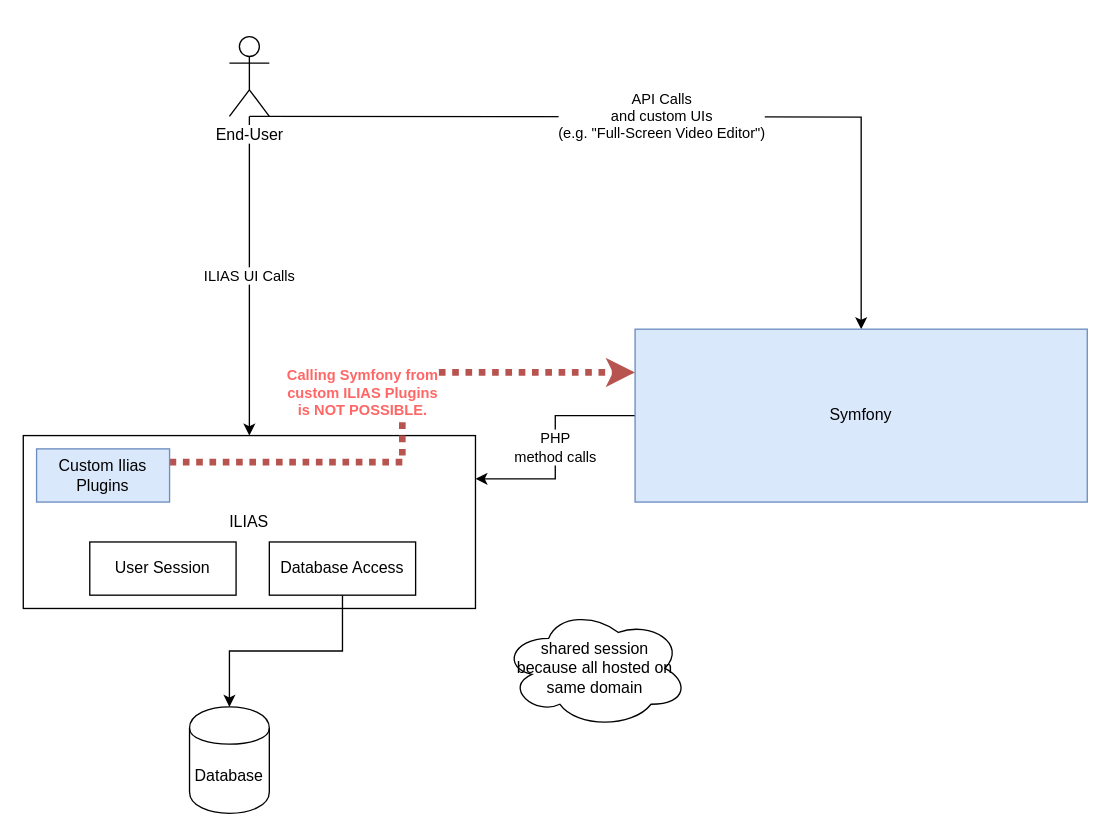
Before: documentation/rfcs/02_architecture.drawio in sandstorm/degree50-code, a draw.io diagram. Source tidied: cells renumbered, new cells numbered last; positions are measured from the earlier drawing's top-left corner, leaving out a move shared by most shapes. Both pictures are drawn from the tidied source at 133%, with x=0, y=0 at pixel (23, 36).
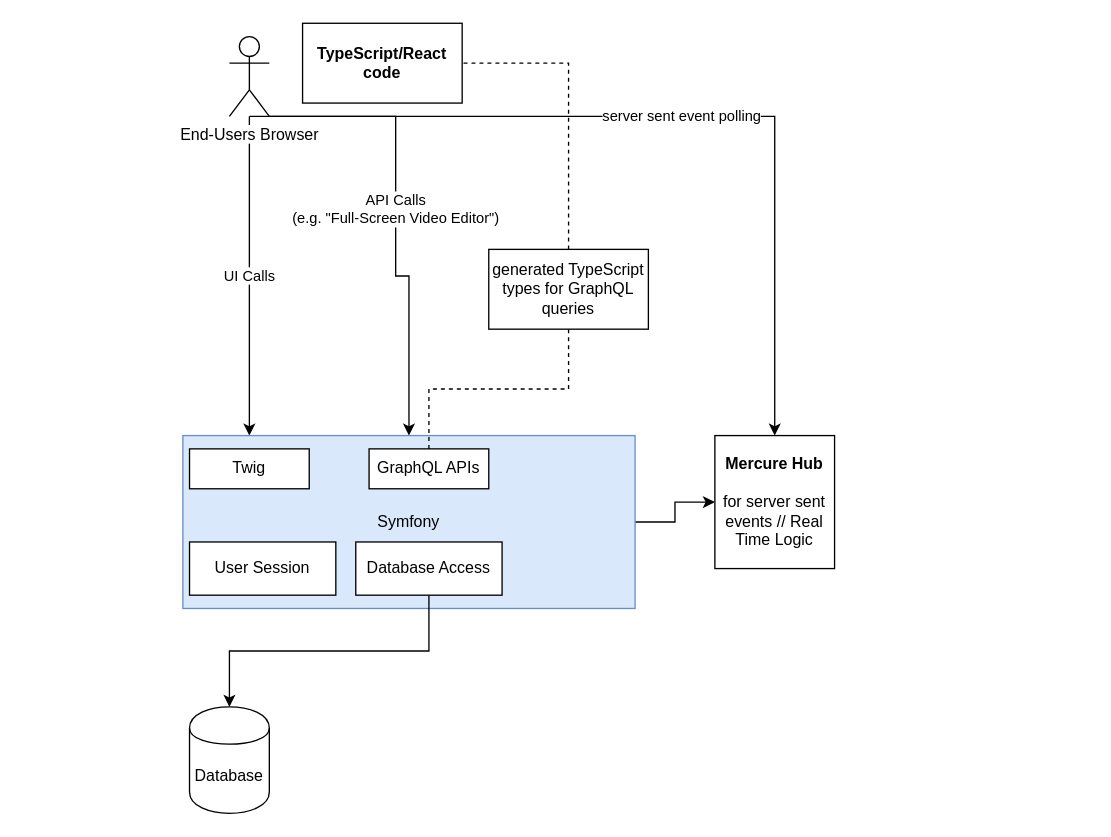
The same diagram, later.

Diff of the diagram source:
```diff
@@
-    <mxCell id="2" value="ILIAS" style="rounded=0;whiteSpace=wrap;html=1;" parent="1" vertex="1">
-      <mxGeometry y="300" width="340" height="130" as="geometry" />
-    </mxCell>
-    <mxCell id="3" value="Calling Symfony from&lt;br&gt;custom ILIAS Plugins&lt;br&gt;is NOT POSSIBLE." style="edgeStyle=orthogonalEdgeStyle;rounded=0;jettySize=auto;html=1;exitX=1;exitY=0.25;exitDx=0;exitDy=0;entryX=0;entryY=0.25;entryDx=0;entryDy=0;fillColor=#f8cecc;strokeColor=#b85450;strokeWidth=5;dashed=1;dashPattern=1 1;fontStyle=1;fontColor=#FF6666;" parent="1" edge="1" source="4" target="9">
-      <mxGeometry x="0.16" y="15" relative="1" as="geometry">
-        <mxPoint x="-15" y="15" as="offset" />
-      </mxGeometry>
-    </mxCell>
-    <mxCell id="4" value="Custom Ilias Plugins" style="rounded=0;whiteSpace=wrap;html=1;fillColor=#dae8fc;strokeColor=#6c8ebf;" parent="1" vertex="1">
-      <mxGeometry x="10" y="310" width="100" height="40" as="geometry" />
-    </mxCell>
-    <mxCell id="5" value="ILIAS UI Calls" style="edgeStyle=orthogonalEdgeStyle;rounded=0;jettySize=auto;html=1;" parent="1" edge="1" source="7" target="2">
-      <mxGeometry relative="1" as="geometry" />
+    <mxCell id="5" value="UI Calls" style="edgeStyle=orthogonalEdgeStyle;rounded=0;jettySize=auto;html=1;" parent="1" edge="1" source="7">
+      <mxGeometry relative="1" as="geometry">
+        <mxPoint x="170" y="300" as="targetPoint" />
+      </mxGeometry>
     </mxCell>
-    <mxCell id="6" value="API Calls&lt;br&gt;and custom UIs&lt;br&gt;(e.g. &quot;Full-Screen Video Editor&quot;)" style="edgeStyle=orthogonalEdgeStyle;rounded=0;jettySize=auto;html=1;" parent="1" edge="1" target="9">
+    <mxCell id="6" value="API Calls&lt;br&gt;(e.g. &quot;Full-Screen Video Editor&quot;)" style="edgeStyle=orthogonalEdgeStyle;rounded=0;jettySize=auto;html=1;" parent="1" edge="1" target="9">
       <mxGeometry relative="1" as="geometry">
         <mxPoint x="170" y="60" as="sourcePoint" />
+        <Array as="points">
+          <mxPoint x="280" y="60" />
+          <mxPoint x="280" y="180" />
+          <mxPoint x="290" y="180" />
+        </Array>
       </mxGeometry>
     </mxCell>
+    <mxCell id="15" value="server sent event polling" style="edgeStyle=orthogonalEdgeStyle;rounded=0;jettySize=auto;html=1;exitX=1;exitY=1;exitDx=0;exitDy=0;exitPerimeter=0;" parent="1" edge="1" source="7" target="23">
+      <mxGeometry relative="1" as="geometry">
+        <Array as="points">
+          <mxPoint x="565" y="60" />
+        </Array>
+      </mxGeometry>
+    </mxCell>
-    <mxCell id="7" value="End-User" style="shape=umlActor;verticalLabelPosition=bottom;labelBackgroundColor=#ffffff;verticalAlign=top;html=1;outlineConnect=0;" parent="1" vertex="1">
+    <mxCell id="7" value="End-Users Browser" style="shape=umlActor;verticalLabelPosition=bottom;labelBackgroundColor=#ffffff;verticalAlign=top;html=1;outlineConnect=0;" parent="1" vertex="1">
       <mxGeometry x="155" width="30" height="60" as="geometry" />
     </mxCell>
-    <mxCell id="8" value="PHP&lt;br&gt;method calls" style="edgeStyle=orthogonalEdgeStyle;rounded=0;jettySize=auto;html=1;entryX=1;entryY=0.25;entryDx=0;entryDy=0;" parent="1" edge="1" source="9" target="2">
-      <mxGeometry relative="1" as="geometry" />
-    </mxCell>
+    <mxCell id="16" style="edgeStyle=orthogonalEdgeStyle;rounded=0;jettySize=auto;html=1;" parent="1" edge="1" source="9" target="23">
+      <mxGeometry relative="1" as="geometry" />
+    </mxCell>
     <mxCell id="9" value="Symfony" style="rounded=0;whiteSpace=wrap;html=1;fillColor=#dae8fc;strokeColor=#6c8ebf;" parent="1" vertex="1">
-      <mxGeometry x="460" y="220" width="340" height="130" as="geometry" />
+      <mxGeometry x="120" y="300" width="340" height="130" as="geometry" />
     </mxCell>
@@
     <mxCell id="11" value="User Session" style="rounded=0;whiteSpace=wrap;html=1;" parent="1" vertex="1">
-      <mxGeometry x="50" y="380" width="110" height="40" as="geometry" />
+      <mxGeometry x="125" y="380" width="110" height="40" as="geometry" />
     </mxCell>
@@
     <mxCell id="13" value="Database Access" style="rounded=0;whiteSpace=wrap;html=1;" parent="1" vertex="1">
-      <mxGeometry x="185" y="380" width="110" height="40" as="geometry" />
+      <mxGeometry x="250" y="380" width="110" height="40" as="geometry" />
     </mxCell>
-    <mxCell id="14" value="shared session&lt;br&gt;because all hosted on same domain" style="ellipse;shape=cloud;whiteSpace=wrap;html=1;" parent="1" vertex="1">
-      <mxGeometry x="360" y="430" width="140" height="90" as="geometry" />
-    </mxCell>
+    <mxCell id="17" value="TypeScript/React code" style="rounded=0;whiteSpace=wrap;html=1;fontStyle=1;" parent="1" vertex="1">
+      <mxGeometry x="210" y="-10" width="120" height="60" as="geometry" />
+    </mxCell>
+    <mxCell id="18" value="GraphQL APIs" style="rounded=0;whiteSpace=wrap;html=1;" parent="1" vertex="1">
+      <mxGeometry x="260" y="310" width="90" height="30" as="geometry" />
+    </mxCell>
+    <mxCell id="19" style="edgeStyle=orthogonalEdgeStyle;rounded=0;jettySize=auto;html=1;endArrow=none;endFill=0;dashed=1;" parent="1" edge="1" source="21" target="18">
+      <mxGeometry relative="1" as="geometry" />
+    </mxCell>
+    <mxCell id="20" style="edgeStyle=orthogonalEdgeStyle;rounded=0;jettySize=auto;html=1;exitX=0.5;exitY=0;exitDx=0;exitDy=0;entryX=1;entryY=0.5;entryDx=0;entryDy=0;dashed=1;endArrow=none;endFill=0;" parent="1" edge="1" source="21" target="17">
+      <mxGeometry relative="1" as="geometry" />
+    </mxCell>
+    <mxCell id="21" value="generated TypeScript types for GraphQL queries" style="rounded=0;whiteSpace=wrap;html=1;" parent="1" vertex="1">
+      <mxGeometry x="350" y="160" width="120" height="60" as="geometry" />
+    </mxCell>
+    <mxCell id="22" value="Twig" style="rounded=0;whiteSpace=wrap;html=1;" parent="1" vertex="1">
+      <mxGeometry x="125" y="310" width="90" height="30" as="geometry" />
+    </mxCell>
+    <mxCell id="23" value="&lt;b&gt;Mercure Hub&lt;/b&gt;&lt;br&gt;&lt;br&gt;for server sent events // Real Time Logic" style="rounded=0;whiteSpace=wrap;html=1;" parent="1" vertex="1">
+      <mxGeometry x="520" y="300" width="90" height="100" as="geometry" />
+    </mxCell>
```
